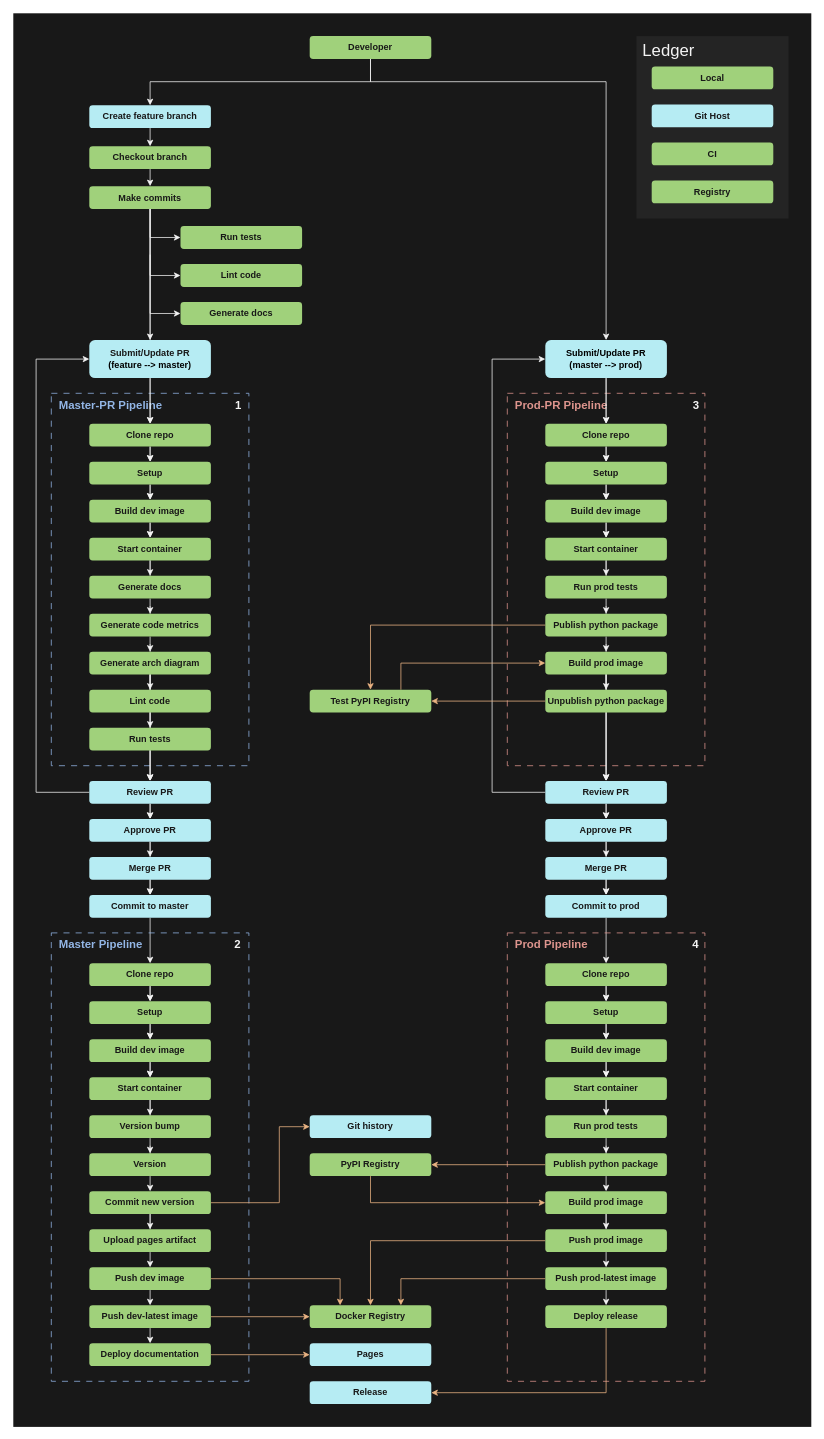
Before: resources/ci.drawio in theNewFlesh/cookiecutter-datalus, a draw.io diagram. Source tidied: cells renumbered, new cells numbered last; positions are measured from the earlier drawing's top-left corner, leaving out a move shared by most shapes. Both pictures are drawn from the tidied source at 76%, with x=0, y=0 at pixel (13, 13).
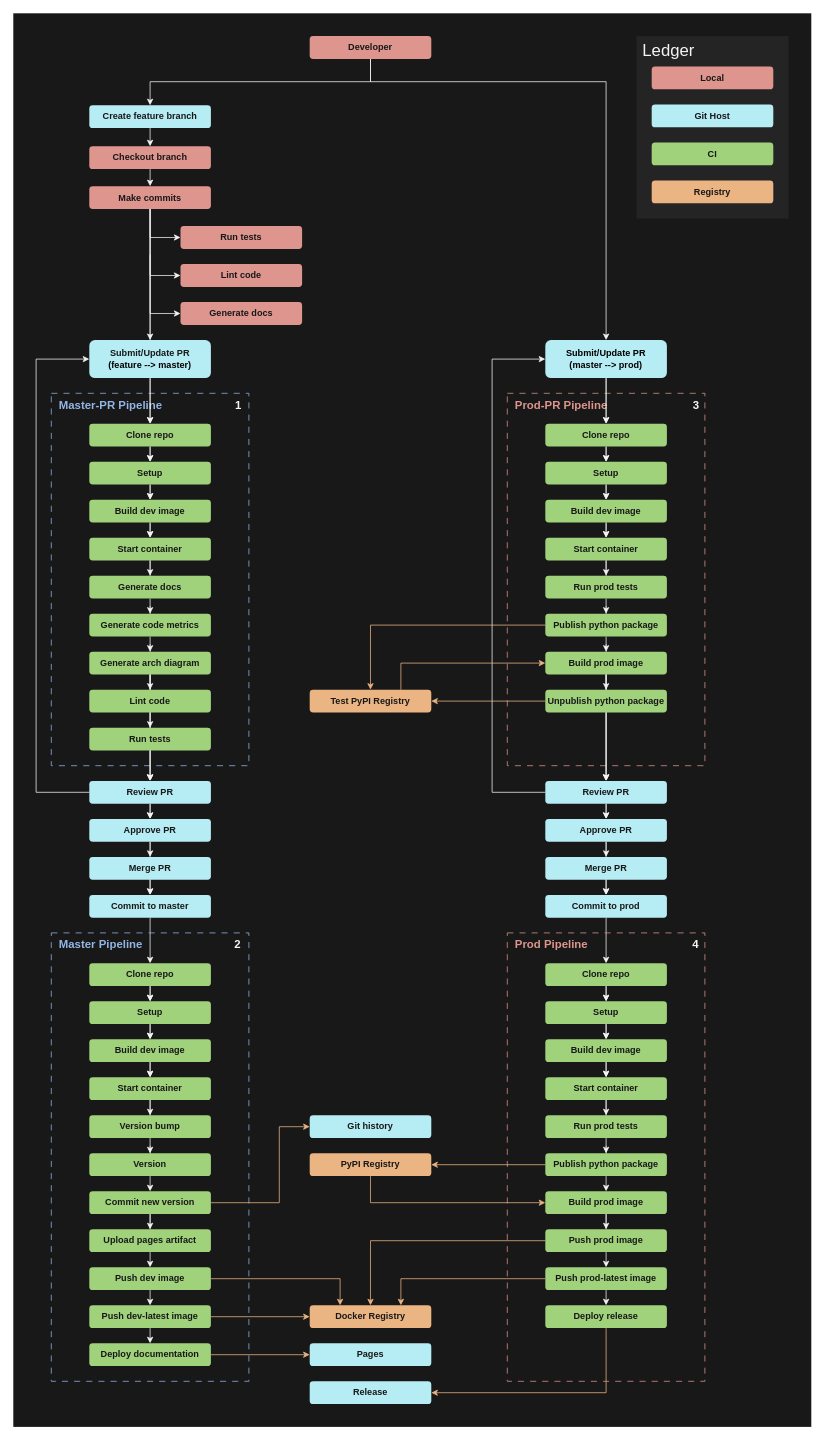
The same diagram, later.

Diff of the diagram source:
```diff
@@
-    <mxCell id="79" value="Docker Registry" style="rounded=1;whiteSpace=wrap;html=1;fillColor=light-dark(#A0D17B,#EBB483);strokeColor=none;fontColor=light-dark(#181818,#181818);fontStyle=1;" parent="4" vertex="1">
+    <mxCell id="79" value="Docker Registry" style="rounded=1;whiteSpace=wrap;html=1;fillColor=light-dark(#EBB483,#EBB483);strokeColor=none;fontColor=light-dark(#181818,#181818);fontStyle=1;" parent="4" vertex="1">
       <mxGeometry x="390" y="1700" width="160" height="30" as="geometry" />
     </mxCell>
@@
-    <mxCell id="153" value="Test PyPI Registry" style="rounded=1;whiteSpace=wrap;html=1;fillColor=light-dark(#A0D17B,#EBB483);strokeColor=none;fontColor=light-dark(#181818,#181818);fontStyle=1;" parent="4" vertex="1">
+    <mxCell id="153" value="Test PyPI Registry" style="rounded=1;whiteSpace=wrap;html=1;fillColor=light-dark(#EBB483,#EBB483);strokeColor=none;fontColor=light-dark(#181818,#181818);fontStyle=1;" parent="4" vertex="1">
       <mxGeometry x="390" y="890" width="160" height="30" as="geometry" />
     </mxCell>
@@
-    <mxCell id="155" value="PyPI Registry" style="rounded=1;whiteSpace=wrap;html=1;fillColor=light-dark(#A0D17B,#EBB483);strokeColor=none;fontColor=light-dark(#181818,#181818);fontStyle=1;" parent="4" vertex="1">
+    <mxCell id="155" value="PyPI Registry" style="rounded=1;whiteSpace=wrap;html=1;fillColor=light-dark(#EBB483,#EBB483);strokeColor=none;fontColor=light-dark(#181818,#181818);fontStyle=1;" parent="4" vertex="1">
       <mxGeometry x="390" y="1500" width="160" height="30" as="geometry" />
     </mxCell>
@@
-    <mxCell id="159" value="Developer" style="rounded=1;whiteSpace=wrap;html=1;fillColor=light-dark(#A0D17B,#DE958E);strokeColor=none;fontColor=light-dark(#181818,#181818);fontStyle=1;" parent="4" vertex="1">
+    <mxCell id="159" value="Developer" style="rounded=1;whiteSpace=wrap;html=1;fillColor=light-dark(#DE958E,#DE958E);strokeColor=none;fontColor=light-dark(#181818,#181818);fontStyle=1;" parent="4" vertex="1">
       <mxGeometry x="390" y="30" width="160" height="30" as="geometry" />
     </mxCell>
@@
-    <mxCell id="163" value="Checkout branch" style="rounded=1;whiteSpace=wrap;html=1;fillColor=light-dark(#A0D17B,#DE958E);strokeColor=none;fontColor=light-dark(#181818,#181818);fontStyle=1;" parent="4" vertex="1">
+    <mxCell id="163" value="Checkout branch" style="rounded=1;whiteSpace=wrap;html=1;fillColor=light-dark(#DE958E,#DE958E);strokeColor=none;fontColor=light-dark(#181818,#181818);fontStyle=1;" parent="4" vertex="1">
       <mxGeometry x="100" y="175" width="160" height="30" as="geometry" />
     </mxCell>
@@
-    <mxCell id="168" value="Make commits" style="rounded=1;whiteSpace=wrap;html=1;fillColor=light-dark(#A0D17B,#DE958E);strokeColor=none;fontColor=light-dark(#181818,#181818);fontStyle=1;" parent="4" vertex="1">
+    <mxCell id="168" value="Make commits" style="rounded=1;whiteSpace=wrap;html=1;fillColor=light-dark(#DE958E,#DE958E);strokeColor=none;fontColor=light-dark(#181818,#181818);fontStyle=1;" parent="4" vertex="1">
       <mxGeometry x="100" y="227.5" width="160" height="30" as="geometry" />
     </mxCell>
-    <mxCell id="169" value="Run tests" style="rounded=1;whiteSpace=wrap;html=1;fillColor=light-dark(#A0D17B,#DE958E);strokeColor=none;fontColor=light-dark(#181818,#181818);fontStyle=1;" parent="4" vertex="1">
+    <mxCell id="169" value="Run tests" style="rounded=1;whiteSpace=wrap;html=1;fillColor=light-dark(#DE958E,#DE958E);strokeColor=none;fontColor=light-dark(#181818,#181818);fontStyle=1;" parent="4" vertex="1">
       <mxGeometry x="220" y="280" width="160" height="30" as="geometry" />
     </mxCell>
-    <mxCell id="170" value="Generate docs" style="rounded=1;whiteSpace=wrap;html=1;fillColor=light-dark(#A0D17B,#DE958E);strokeColor=none;fontColor=light-dark(#181818,#181818);fontStyle=1;" parent="4" vertex="1">
+    <mxCell id="170" value="Generate docs" style="rounded=1;whiteSpace=wrap;html=1;fillColor=light-dark(#DE958E,#DE958E);strokeColor=none;fontColor=light-dark(#181818,#181818);fontStyle=1;" parent="4" vertex="1">
       <mxGeometry x="220" y="380" width="160" height="30" as="geometry" />
     </mxCell>
-    <mxCell id="171" value="Lint code" style="rounded=1;whiteSpace=wrap;html=1;fillColor=light-dark(#A0D17B,#DE958E);strokeColor=none;fontColor=light-dark(#181818,#181818);fontStyle=1;" parent="4" vertex="1">
+    <mxCell id="171" value="Lint code" style="rounded=1;whiteSpace=wrap;html=1;fillColor=light-dark(#DE958E,#DE958E);strokeColor=none;fontColor=light-dark(#181818,#181818);fontStyle=1;" parent="4" vertex="1">
       <mxGeometry x="220" y="330" width="160" height="30" as="geometry" />
     </mxCell>
@@
-    <mxCell id="175" value="Registry" style="rounded=1;whiteSpace=wrap;html=1;fillColor=light-dark(#A0D17B,#EBB483);strokeColor=none;fontColor=light-dark(#181818,#181818);fontStyle=1;" parent="4" vertex="1">
+    <mxCell id="175" value="Registry" style="rounded=1;whiteSpace=wrap;html=1;fillColor=light-dark(#EBB483,#EBB483);strokeColor=none;fontColor=light-dark(#181818,#181818);fontStyle=1;" parent="4" vertex="1">
       <mxGeometry x="840" y="220" width="160" height="30" as="geometry" />
     </mxCell>
-    <mxCell id="176" value="Local" style="rounded=1;whiteSpace=wrap;html=1;fillColor=light-dark(#A0D17B,#DE958E);strokeColor=none;fontColor=light-dark(#181818,#181818);fontStyle=1;" parent="4" vertex="1">
+    <mxCell id="176" value="Local" style="rounded=1;whiteSpace=wrap;html=1;fillColor=light-dark(#DE958E,#DE958E);strokeColor=none;fontColor=light-dark(#181818,#181818);fontStyle=1;" parent="4" vertex="1">
       <mxGeometry x="840" y="70" width="160" height="30" as="geometry" />
     </mxCell>
```
